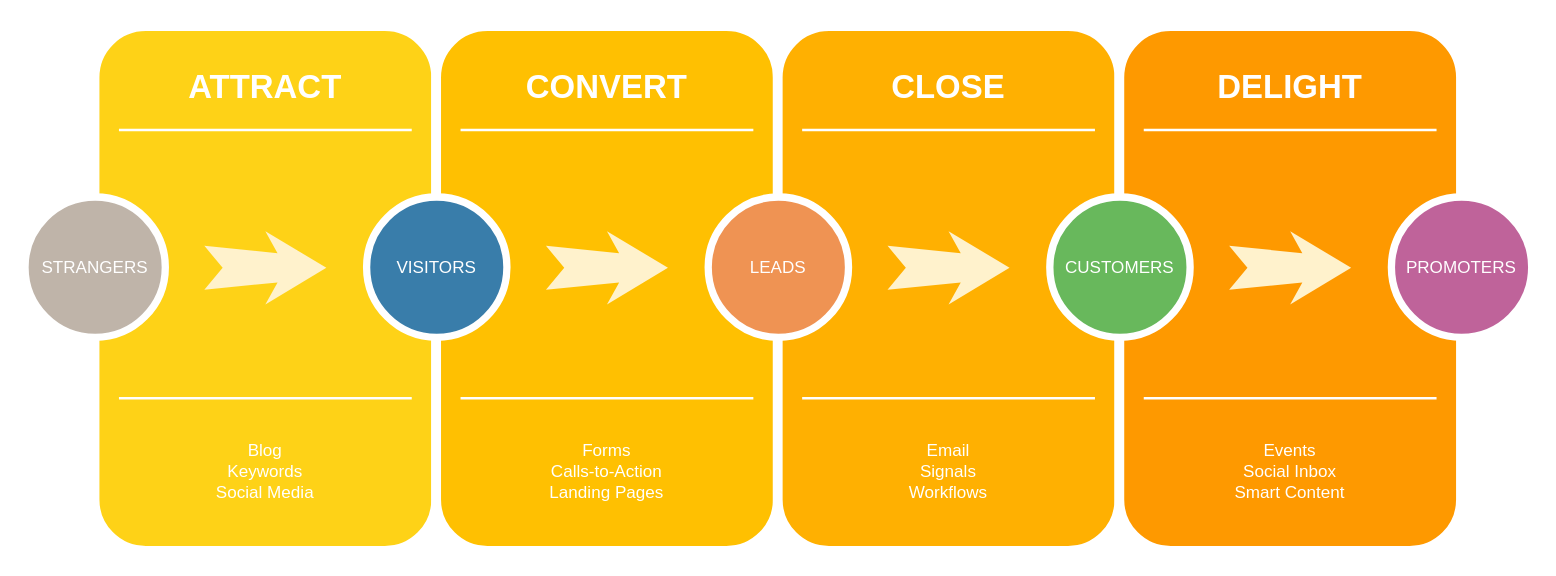
The draw.io diagram RoapMap_RepAero_Project.drawio in Lamessolo/ProjetLeadTech, before the edit. Source tidied: cells renumbered, new cells numbered last; positions are measured from the earlier drawing's top-left corner, leaving out a move shared by most shapes. Both pictures are drawn from the tidied source at 122%, with x=0, y=0 at pixel (24, 26).
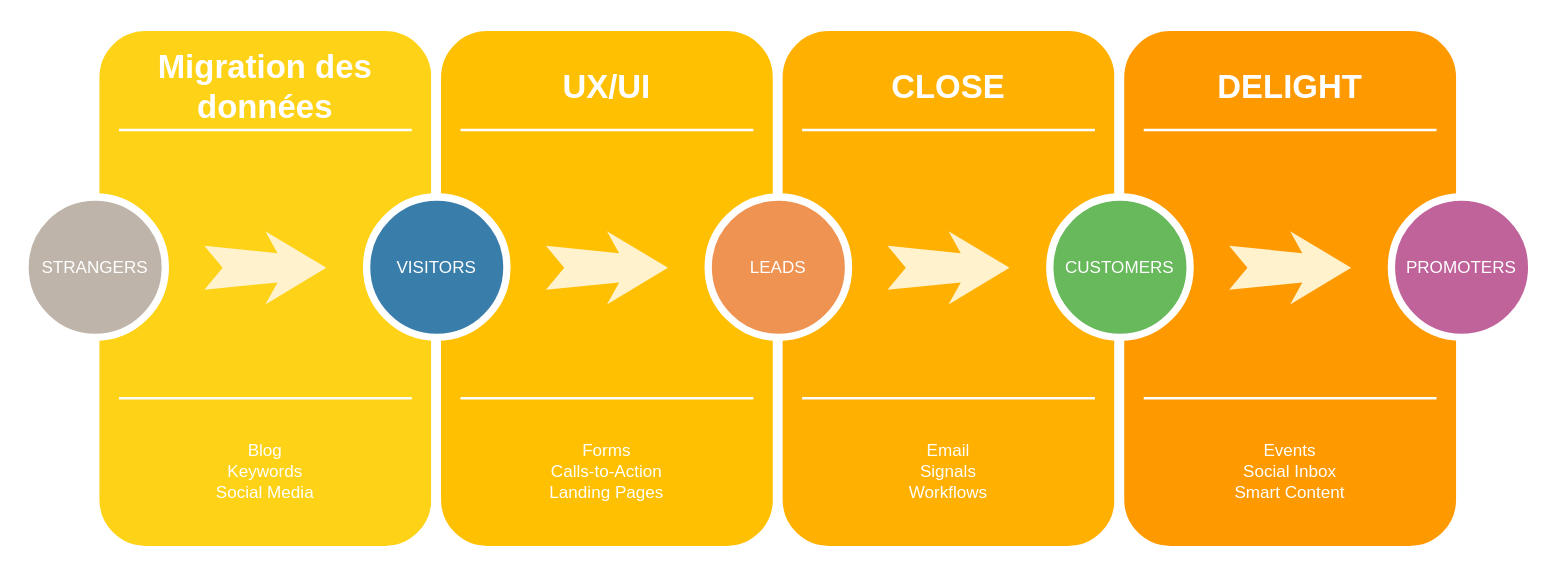
Above is the later version.

Change to the diagram source:
```diff
@@
-    <mxCell id="3" value="ATTRACT" style="text;html=1;strokeColor=none;fillColor=none;align=center;verticalAlign=middle;whiteSpace=wrap;rounded=0;shadow=0;fontSize=27;fontColor=#FFFFFF;fontStyle=1;" parent="1" vertex="1">
+    <mxCell id="3" value="Migration des données" style="text;html=1;strokeColor=none;fillColor=none;align=center;verticalAlign=middle;whiteSpace=wrap;rounded=0;shadow=0;fontSize=27;fontColor=#FFFFFF;fontStyle=1;" parent="1" vertex="1">
       <mxGeometry x="57" y="20" width="280" height="60" as="geometry" />
     </mxCell>
@@
-    <mxCell id="10" value="CONVERT" style="text;html=1;strokeColor=none;fillColor=none;align=center;verticalAlign=middle;whiteSpace=wrap;rounded=0;shadow=0;fontSize=27;fontColor=#FFFFFF;fontStyle=1;" parent="1" vertex="1">
+    <mxCell id="10" value="UX/UI" style="text;html=1;strokeColor=none;fillColor=none;align=center;verticalAlign=middle;whiteSpace=wrap;rounded=0;shadow=0;fontSize=27;fontColor=#FFFFFF;fontStyle=1;" parent="1" vertex="1">
       <mxGeometry x="337" y="20" width="280" height="60" as="geometry" />
     </mxCell>
```
